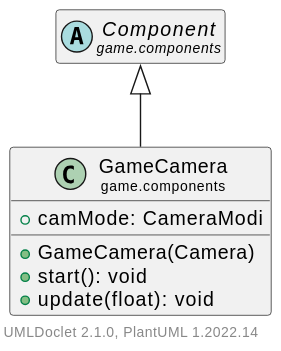
This is doc/javadoc/game/components/GameCamera.svg from Hirschiii/JavaGameEngine, a PlantUML export, as it was before one commit. The source it was exported from:
```plantuml
@startuml
    set namespaceSeparator none
    hide empty fields
    hide empty methods

    class "<size:14>GameCamera\n<size:10>game.components" as game.components.GameCamera [[GameCamera.html]] {
        +camMode: CameraModi
        +GameCamera(Camera)
        +start(): void
        +update(float): void
    }

    abstract class "<size:14>Component\n<size:10>game.components" as game.components.Component [[Component.html]]

    game.components.Component <|-- game.components.GameCamera

    center footer UMLDoclet 2.1.0, PlantUML %version()
@enduml
```
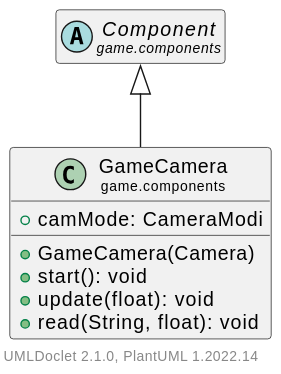
Above is the later version.

The edit, as a diff of the source:
```diff
@@ -8,6 +8,7 @@
         +GameCamera(Camera)
         +start(): void
         +update(float): void
+        +read(String, float): void
     }
 
     abstract class "<size:14>Component\n<size:10>game.components" as game.components.Component [[Component.html]]
```
